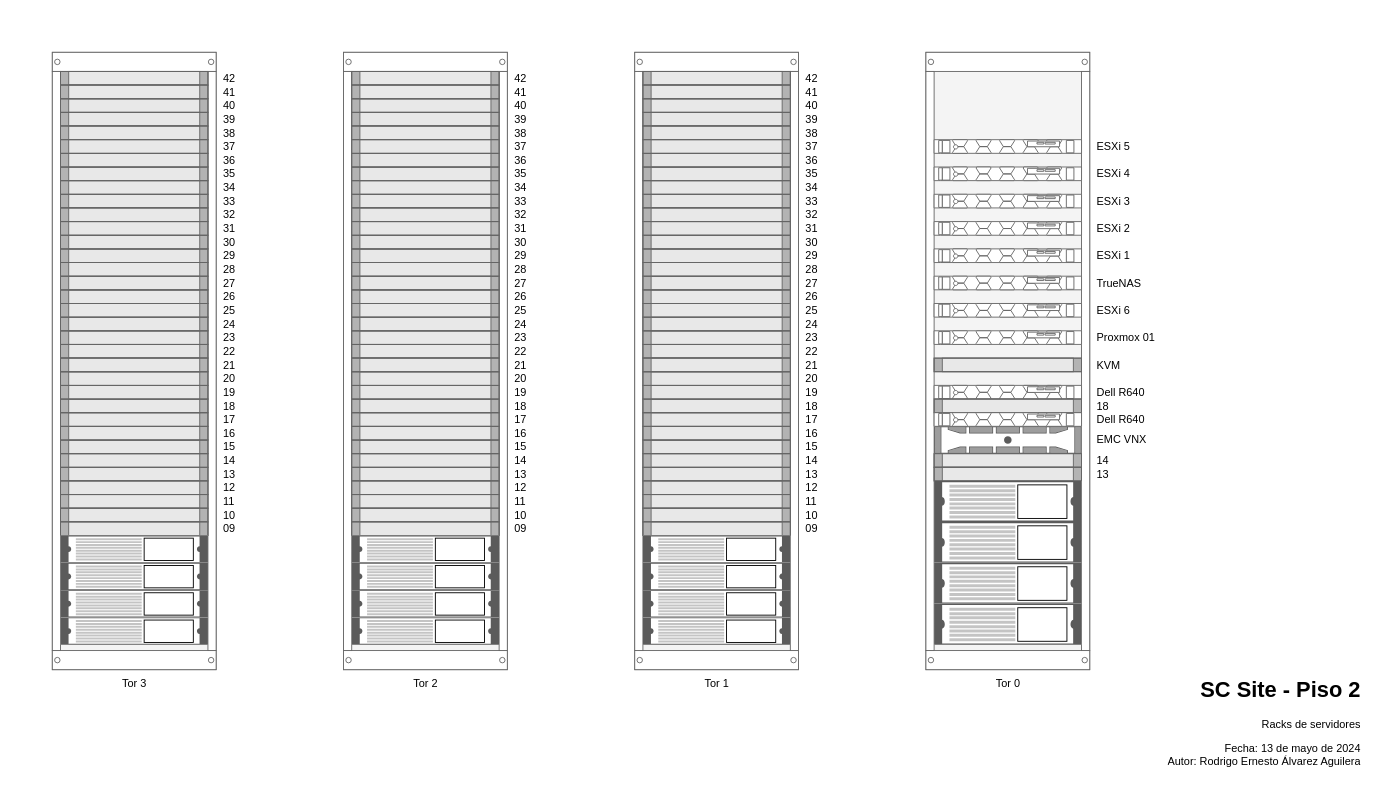
incognia/Cultura keeps this draw.io diagram as page "Servidores" (1 of 3) of siteCultura.drawio. Above is the earlier version. Source tidied: cells renumbered, new cells numbered last; positions are measured from the earlier drawing's top-left corner, leaving out a move shared by most shapes. Both pictures are drawn from the tidied source at 91%, with x=0, y=0 at pixel (52, 52). Pictures stored in the file or linked from it are replaced by grey dashed boxes.
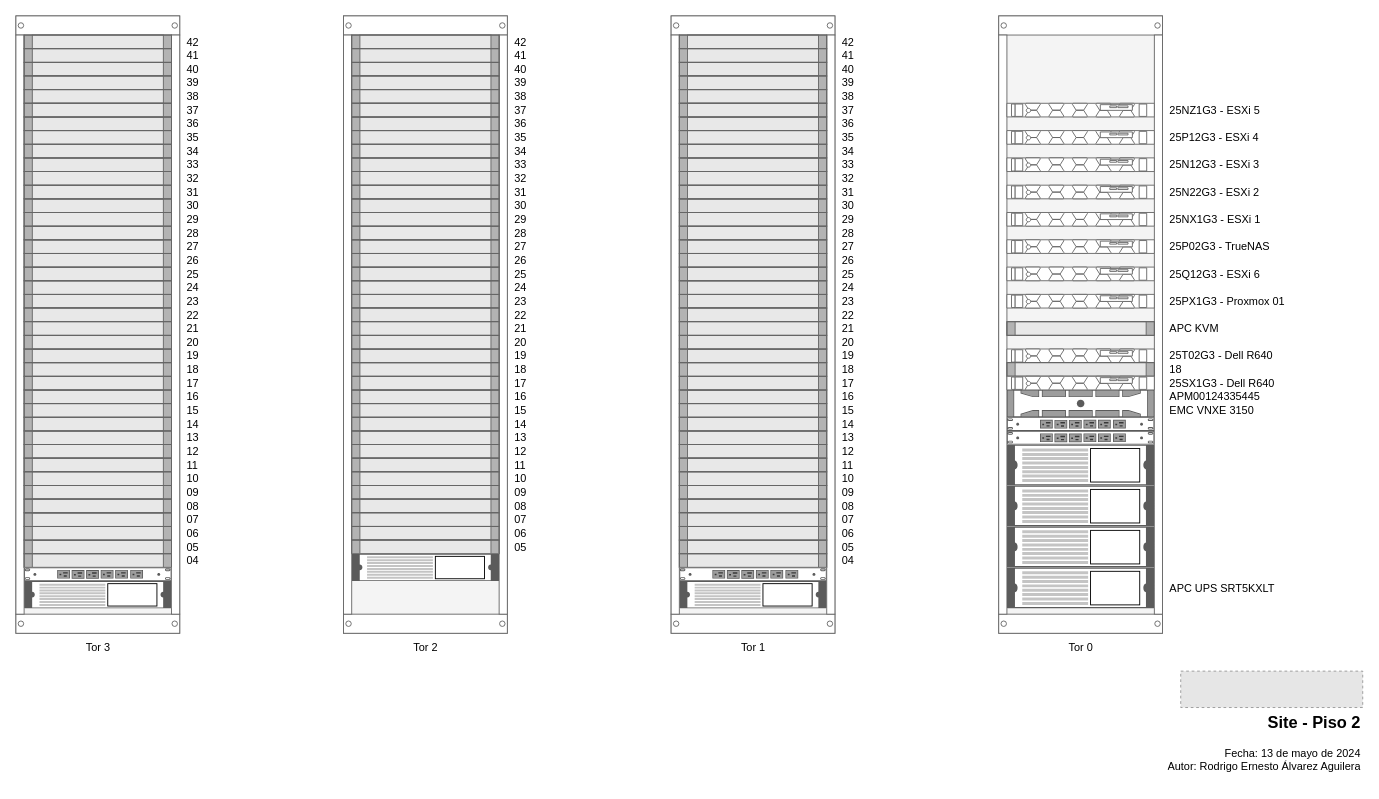
After the change.

What changed in the source:
```diff
@@
     <mxCell id="2" value="Tor 3" style="strokeColor=#666666;html=1;verticalLabelPosition=bottom;labelBackgroundColor=#ffffff;verticalAlign=top;shadow=0;dashed=0;shape=mxgraph.rackGeneral.rackCabinet3;fillColor2=#f4f4f4;allowGaps=1;textColor=#666666;numDisp=off;" parent="1" vertex="1">
-      <mxGeometry width="180" height="680" as="geometry" />
+      <mxGeometry x="-40" y="-40" width="180" height="680" as="geometry" />
     </mxCell>
@@
-    <mxCell id="37" style="shape=mxgraph.rack.apc.apc_smart_ups_1000-3000_va_2u;html=1;labelPosition=right;align=left;spacingLeft=15;dashed=0;shadow=0;fillColor=#ffffff;" parent="2" vertex="1">
-      <mxGeometry x="9" y="531" width="162" height="30" as="geometry" />
-    </mxCell>
-    <mxCell id="38" style="shape=mxgraph.rack.apc.apc_smart_ups_1000-3000_va_2u;html=1;labelPosition=right;align=left;spacingLeft=15;dashed=0;shadow=0;fillColor=#ffffff;" parent="2" vertex="1">
-      <mxGeometry x="9" y="561" width="162" height="30" as="geometry" />
-    </mxCell>
-    <mxCell id="39" style="shape=mxgraph.rack.apc.apc_smart_ups_1000-3000_va_2u;html=1;labelPosition=right;align=left;spacingLeft=15;dashed=0;shadow=0;fillColor=#ffffff;" parent="2" vertex="1">
-      <mxGeometry x="9" y="591" width="162" height="30" as="geometry" />
-    </mxCell>
+    <mxCell id="140" value="05" style="strokeColor=#666666;html=1;labelPosition=right;align=left;spacingLeft=15;shadow=0;dashed=0;shape=mxgraph.rackGeneral.plate;fillColor=#e8e8e8;" parent="2" vertex="1">
+      <mxGeometry x="9" y="576" width="162" height="15" as="geometry" />
+    </mxCell>
+    <mxCell id="141" value="06" style="strokeColor=#666666;html=1;labelPosition=right;align=left;spacingLeft=15;shadow=0;dashed=0;shape=mxgraph.rackGeneral.plate;fillColor=#e8e8e8;" parent="2" vertex="1">
+      <mxGeometry x="9" y="561" width="162" height="15" as="geometry" />
+    </mxCell>
+    <mxCell id="142" value="07" style="strokeColor=#666666;html=1;labelPosition=right;align=left;spacingLeft=15;shadow=0;dashed=0;shape=mxgraph.rackGeneral.plate;fillColor=#e8e8e8;" parent="2" vertex="1">
+      <mxGeometry x="9" y="546" width="162" height="15" as="geometry" />
+    </mxCell>
+    <mxCell id="143" value="08" style="strokeColor=#666666;html=1;labelPosition=right;align=left;spacingLeft=15;shadow=0;dashed=0;shape=mxgraph.rackGeneral.plate;fillColor=#e8e8e8;" parent="2" vertex="1">
+      <mxGeometry x="9" y="531" width="162" height="15" as="geometry" />
+    </mxCell>
+    <mxCell id="144" value="04" style="strokeColor=#666666;html=1;labelPosition=right;align=left;spacingLeft=15;shadow=0;dashed=0;shape=mxgraph.rackGeneral.plate;fillColor=#e8e8e8;" parent="2" vertex="1">
+      <mxGeometry x="9" y="591" width="162" height="15" as="geometry" />
+    </mxCell>
+    <mxCell id="145" style="strokeColor=#666666;html=1;labelPosition=right;align=left;spacingLeft=15;shadow=0;dashed=0;shape=mxgraph.rack.dell.power_strip;" parent="2" vertex="1">
+      <mxGeometry x="9" y="606" width="162" height="15" as="geometry" />
+    </mxCell>
@@
     <mxCell id="41" value="Tor 2" style="strokeColor=#666666;html=1;verticalLabelPosition=bottom;labelBackgroundColor=#ffffff;verticalAlign=top;shadow=0;dashed=0;shape=mxgraph.rackGeneral.rackCabinet3;fillColor2=#f4f4f4;allowGaps=1;textColor=#666666;numDisp=off;" parent="1" vertex="1">
-      <mxGeometry x="320" width="180" height="680" as="geometry" />
+      <mxGeometry x="320" y="-40" width="180" height="680" as="geometry" />
     </mxCell>
@@
-    <mxCell id="76" style="shape=mxgraph.rack.apc.apc_smart_ups_1000-3000_va_2u;html=1;labelPosition=right;align=left;spacingLeft=15;dashed=0;shadow=0;fillColor=#ffffff;" parent="41" vertex="1">
-      <mxGeometry x="9" y="531" width="162" height="30" as="geometry" />
-    </mxCell>
-    <mxCell id="77" style="shape=mxgraph.rack.apc.apc_smart_ups_1000-3000_va_2u;html=1;labelPosition=right;align=left;spacingLeft=15;dashed=0;shadow=0;fillColor=#ffffff;" parent="41" vertex="1">
-      <mxGeometry x="9" y="561" width="162" height="30" as="geometry" />
-    </mxCell>
-    <mxCell id="78" style="shape=mxgraph.rack.apc.apc_smart_ups_1000-3000_va_2u;html=1;labelPosition=right;align=left;spacingLeft=15;dashed=0;shadow=0;fillColor=#ffffff;" parent="41" vertex="1">
-      <mxGeometry x="9" y="591" width="162" height="30" as="geometry" />
-    </mxCell>
-    <mxCell id="79" style="shape=mxgraph.rack.apc.apc_smart_ups_1000-3000_va_2u;html=1;labelPosition=right;align=left;spacingLeft=15;dashed=0;shadow=0;fillColor=#ffffff;" parent="41" vertex="1">
-      <mxGeometry x="9" y="621" width="162" height="30" as="geometry" />
-    </mxCell>
+    <mxCell id="146" value="08" style="strokeColor=#666666;html=1;labelPosition=right;align=left;spacingLeft=15;shadow=0;dashed=0;shape=mxgraph.rackGeneral.plate;fillColor=#e8e8e8;" parent="41" vertex="1">
+      <mxGeometry x="9" y="531" width="162" height="15" as="geometry" />
+    </mxCell>
+    <mxCell id="147" value="07" style="strokeColor=#666666;html=1;labelPosition=right;align=left;spacingLeft=15;shadow=0;dashed=0;shape=mxgraph.rackGeneral.plate;fillColor=#e8e8e8;" parent="41" vertex="1">
+      <mxGeometry x="9" y="546" width="162" height="15" as="geometry" />
+    </mxCell>
+    <mxCell id="148" value="06" style="strokeColor=#666666;html=1;labelPosition=right;align=left;spacingLeft=15;shadow=0;dashed=0;shape=mxgraph.rackGeneral.plate;fillColor=#e8e8e8;" parent="41" vertex="1">
+      <mxGeometry x="9" y="561" width="162" height="15" as="geometry" />
+    </mxCell>
+    <mxCell id="149" value="05" style="strokeColor=#666666;html=1;labelPosition=right;align=left;spacingLeft=15;shadow=0;dashed=0;shape=mxgraph.rackGeneral.plate;fillColor=#e8e8e8;" parent="41" vertex="1">
+      <mxGeometry x="9" y="576" width="162" height="15" as="geometry" />
+    </mxCell>
+    <mxCell id="150" style="shape=mxgraph.rack.apc.apc_smart_ups_1000-3000_va_2u;html=1;labelPosition=right;align=left;spacingLeft=15;dashed=0;shadow=0;fillColor=#ffffff;" parent="41" vertex="1">
+      <mxGeometry x="9" y="591" width="162" height="30" as="geometry" />
+    </mxCell>
     <mxCell id="80" value="Tor 1" style="strokeColor=#666666;html=1;verticalLabelPosition=bottom;labelBackgroundColor=#ffffff;verticalAlign=top;shadow=0;dashed=0;shape=mxgraph.rackGeneral.rackCabinet3;fillColor2=#f4f4f4;allowGaps=1;textColor=#666666;numDisp=off;" parent="1" vertex="1">
-      <mxGeometry x="640" width="180" height="680" as="geometry" />
+      <mxGeometry x="680" y="-40" width="180" height="680" as="geometry" />
     </mxCell>
@@
-    <mxCell id="115" style="shape=mxgraph.rack.apc.apc_smart_ups_1000-3000_va_2u;html=1;labelPosition=right;align=left;spacingLeft=15;dashed=0;shadow=0;fillColor=#ffffff;" parent="80" vertex="1">
-      <mxGeometry x="9" y="531" width="162" height="30" as="geometry" />
-    </mxCell>
-    <mxCell id="116" style="shape=mxgraph.rack.apc.apc_smart_ups_1000-3000_va_2u;html=1;labelPosition=right;align=left;spacingLeft=15;dashed=0;shadow=0;fillColor=#ffffff;" parent="80" vertex="1">
-      <mxGeometry x="9" y="561" width="162" height="30" as="geometry" />
-    </mxCell>
-    <mxCell id="117" style="shape=mxgraph.rack.apc.apc_smart_ups_1000-3000_va_2u;html=1;labelPosition=right;align=left;spacingLeft=15;dashed=0;shadow=0;fillColor=#ffffff;" parent="80" vertex="1">
-      <mxGeometry x="9" y="591" width="162" height="30" as="geometry" />
-    </mxCell>
+    <mxCell id="151" value="08" style="strokeColor=#666666;html=1;labelPosition=right;align=left;spacingLeft=15;shadow=0;dashed=0;shape=mxgraph.rackGeneral.plate;fillColor=#e8e8e8;" parent="80" vertex="1">
+      <mxGeometry x="9" y="531" width="162" height="15" as="geometry" />
+    </mxCell>
+    <mxCell id="152" value="05" style="strokeColor=#666666;html=1;labelPosition=right;align=left;spacingLeft=15;shadow=0;dashed=0;shape=mxgraph.rackGeneral.plate;fillColor=#e8e8e8;" parent="80" vertex="1">
+      <mxGeometry x="9" y="576" width="162" height="15" as="geometry" />
+    </mxCell>
+    <mxCell id="153" value="06" style="strokeColor=#666666;html=1;labelPosition=right;align=left;spacingLeft=15;shadow=0;dashed=0;shape=mxgraph.rackGeneral.plate;fillColor=#e8e8e8;" parent="80" vertex="1">
+      <mxGeometry x="9" y="561" width="162" height="15" as="geometry" />
+    </mxCell>
+    <mxCell id="154" value="07" style="strokeColor=#666666;html=1;labelPosition=right;align=left;spacingLeft=15;shadow=0;dashed=0;shape=mxgraph.rackGeneral.plate;fillColor=#e8e8e8;" parent="80" vertex="1">
+      <mxGeometry x="9" y="546" width="162" height="15" as="geometry" />
+    </mxCell>
+    <mxCell id="155" value="04" style="strokeColor=#666666;html=1;labelPosition=right;align=left;spacingLeft=15;shadow=0;dashed=0;shape=mxgraph.rackGeneral.plate;fillColor=#e8e8e8;" parent="80" vertex="1">
+      <mxGeometry x="9" y="591" width="162" height="15" as="geometry" />
+    </mxCell>
+    <mxCell id="156" style="strokeColor=#666666;html=1;labelPosition=right;align=left;spacingLeft=15;shadow=0;dashed=0;shape=mxgraph.rack.dell.power_strip;" parent="80" vertex="1">
+      <mxGeometry x="9" y="606" width="162" height="15" as="geometry" />
+    </mxCell>
@@
     <mxCell id="119" value="Tor 0" style="strokeColor=#666666;html=1;verticalLabelPosition=bottom;labelBackgroundColor=#ffffff;verticalAlign=top;shadow=0;dashed=0;shape=mxgraph.rackGeneral.rackCabinet3;fillColor2=#f4f4f4;allowGaps=1;textColor=#666666;numDisp=off;" parent="1" vertex="1">
-      <mxGeometry x="960" width="180" height="680" as="geometry" />
+      <mxGeometry x="1040" y="-40" width="180" height="680" as="geometry" />
     </mxCell>
-    <mxCell id="120" value="ESXi 5" style="strokeColor=#666666;html=1;labelPosition=right;align=left;spacingLeft=15;shadow=0;dashed=0;shape=mxgraph.rack.dell.poweredge_r640;" parent="119" vertex="1">
+    <mxCell id="120" value="25NZ1G3 -&amp;nbsp;&lt;span style=&quot;background-color: initial;&quot;&gt;ESXi 5&lt;/span&gt;" style="strokeColor=#666666;html=1;labelPosition=right;align=left;spacingLeft=15;shadow=0;dashed=0;shape=mxgraph.rack.dell.poweredge_r640;" parent="119" vertex="1">
       <mxGeometry x="9" y="96" width="162" height="15" as="geometry" />
     </mxCell>
-    <mxCell id="121" value="ESXi 4" style="strokeColor=#666666;html=1;labelPosition=right;align=left;spacingLeft=15;shadow=0;dashed=0;shape=mxgraph.rack.dell.poweredge_r640;" parent="119" vertex="1">
+    <mxCell id="121" value="25P12G3 - ESXi 4" style="strokeColor=#666666;html=1;labelPosition=right;align=left;spacingLeft=15;shadow=0;dashed=0;shape=mxgraph.rack.dell.poweredge_r640;" parent="119" vertex="1">
       <mxGeometry x="9" y="126" width="162" height="15" as="geometry" />
     </mxCell>
-    <mxCell id="122" value="ESXi 3" style="strokeColor=#666666;html=1;labelPosition=right;align=left;spacingLeft=15;shadow=0;dashed=0;shape=mxgraph.rack.dell.poweredge_r640;" parent="119" vertex="1">
+    <mxCell id="122" value="25N12G3 -&amp;nbsp;&lt;span style=&quot;background-color: initial;&quot;&gt;ESXi 3&lt;/span&gt;" style="strokeColor=#666666;html=1;labelPosition=right;align=left;spacingLeft=15;shadow=0;dashed=0;shape=mxgraph.rack.dell.poweredge_r640;" parent="119" vertex="1">
       <mxGeometry x="9" y="156" width="162" height="15" as="geometry" />
     </mxCell>
-    <mxCell id="123" value="ESXi 2" style="strokeColor=#666666;html=1;labelPosition=right;align=left;spacingLeft=15;shadow=0;dashed=0;shape=mxgraph.rack.dell.poweredge_r640;" parent="119" vertex="1">
+    <mxCell id="123" value="25N22G3 - ESXi 2" style="strokeColor=#666666;html=1;labelPosition=right;align=left;spacingLeft=15;shadow=0;dashed=0;shape=mxgraph.rack.dell.poweredge_r640;" parent="119" vertex="1">
       <mxGeometry x="9" y="186" width="162" height="15" as="geometry" />
     </mxCell>
-    <mxCell id="124" value="ESXi 1" style="strokeColor=#666666;html=1;labelPosition=right;align=left;spacingLeft=15;shadow=0;dashed=0;shape=mxgraph.rack.dell.poweredge_r640;" parent="119" vertex="1">
+    <mxCell id="124" value="25NX1G3 - ESXi 1" style="strokeColor=#666666;html=1;labelPosition=right;align=left;spacingLeft=15;shadow=0;dashed=0;shape=mxgraph.rack.dell.poweredge_r640;" parent="119" vertex="1">
       <mxGeometry x="9" y="216" width="162" height="15" as="geometry" />
     </mxCell>
-    <mxCell id="125" value="TrueNAS" style="strokeColor=#666666;html=1;labelPosition=right;align=left;spacingLeft=15;shadow=0;dashed=0;shape=mxgraph.rack.dell.poweredge_r640;" parent="119" vertex="1">
+    <mxCell id="125" value="25P02G3 - TrueNAS" style="strokeColor=#666666;html=1;labelPosition=right;align=left;spacingLeft=15;shadow=0;dashed=0;shape=mxgraph.rack.dell.poweredge_r640;" parent="119" vertex="1">
       <mxGeometry x="9" y="246" width="162" height="15" as="geometry" />
     </mxCell>
-    <mxCell id="126" value="ESXi 6" style="strokeColor=#666666;html=1;labelPosition=right;align=left;spacingLeft=15;shadow=0;dashed=0;shape=mxgraph.rack.dell.poweredge_r640;" parent="119" vertex="1">
+    <mxCell id="126" value="25Q12G3 - ESXi 6" style="strokeColor=#666666;html=1;labelPosition=right;align=left;spacingLeft=15;shadow=0;dashed=0;shape=mxgraph.rack.dell.poweredge_r640;" parent="119" vertex="1">
       <mxGeometry x="9" y="276" width="162" height="15" as="geometry" />
     </mxCell>
-    <mxCell id="127" value="Proxmox 01" style="strokeColor=#666666;html=1;labelPosition=right;align=left;spacingLeft=15;shadow=0;dashed=0;shape=mxgraph.rack.dell.poweredge_r640;" parent="119" vertex="1">
+    <mxCell id="127" value="25PX1G3 -&amp;nbsp;&lt;span style=&quot;background-color: initial;&quot;&gt;Proxmox 01&lt;/span&gt;" style="strokeColor=#666666;html=1;labelPosition=right;align=left;spacingLeft=15;shadow=0;dashed=0;shape=mxgraph.rack.dell.poweredge_r640;" parent="119" vertex="1">
       <mxGeometry x="9" y="306" width="162" height="15" as="geometry" />
     </mxCell>
-    <mxCell id="128" value="Dell R640" style="strokeColor=#666666;html=1;labelPosition=right;align=left;spacingLeft=15;shadow=0;dashed=0;shape=mxgraph.rack.dell.poweredge_r640;" parent="119" vertex="1">
+    <mxCell id="128" value="25T02G3 - Dell R640" style="strokeColor=#666666;html=1;labelPosition=right;align=left;spacingLeft=15;shadow=0;dashed=0;shape=mxgraph.rack.dell.poweredge_r640;" parent="119" vertex="1">
       <mxGeometry x="9" y="366" width="162" height="15" as="geometry" />
     </mxCell>
@@
-    <mxCell id="130" value="Dell R640" style="strokeColor=#666666;html=1;labelPosition=right;align=left;spacingLeft=15;shadow=0;dashed=0;shape=mxgraph.rack.dell.poweredge_r640;" parent="119" vertex="1">
+    <mxCell id="130" value="25SX1G3 - Dell R640" style="strokeColor=#666666;html=1;labelPosition=right;align=left;spacingLeft=15;shadow=0;dashed=0;shape=mxgraph.rack.dell.poweredge_r640;" parent="119" vertex="1">
       <mxGeometry x="9" y="396" width="162" height="15" as="geometry" />
     </mxCell>
-    <mxCell id="131" value="EMC VNX" style="strokeColor=#666666;html=1;labelPosition=right;align=left;spacingLeft=15;shadow=0;dashed=0;shape=mxgraph.rack.dell.dell_poweredge_2u;" parent="119" vertex="1">
+    <mxCell id="131" value="APM00124335445&amp;nbsp;&lt;div&gt;EMC VNXE 3150&lt;/div&gt;" style="strokeColor=#666666;html=1;labelPosition=right;align=left;spacingLeft=15;shadow=0;dashed=0;shape=mxgraph.rack.dell.dell_poweredge_2u;" parent="119" vertex="1">
       <mxGeometry x="9" y="411" width="162" height="30" as="geometry" />
     </mxCell>
-    <mxCell id="132" value="KVM" style="strokeColor=#666666;html=1;labelPosition=right;align=left;spacingLeft=15;shadow=0;dashed=0;shape=mxgraph.rackGeneral.plate;fillColor=#e8e8e8;" parent="119" vertex="1">
+    <mxCell id="132" value="APC KVM" style="strokeColor=#666666;html=1;labelPosition=right;align=left;spacingLeft=15;shadow=0;dashed=0;shape=mxgraph.rackGeneral.plate;fillColor=#e8e8e8;" parent="119" vertex="1">
       <mxGeometry x="9" y="336" width="162" height="15" as="geometry" />
     </mxCell>
-    <mxCell id="133" value="14" style="strokeColor=#666666;html=1;labelPosition=right;align=left;spacingLeft=15;shadow=0;dashed=0;shape=mxgraph.rackGeneral.plate;fillColor=#e8e8e8;" parent="119" vertex="1">
-      <mxGeometry x="9" y="441" width="162" height="15" as="geometry" />
-    </mxCell>
-    <mxCell id="134" value="13" style="strokeColor=#666666;html=1;labelPosition=right;align=left;spacingLeft=15;shadow=0;dashed=0;shape=mxgraph.rackGeneral.plate;fillColor=#e8e8e8;" parent="119" vertex="1">
-      <mxGeometry x="9" y="456" width="162" height="15" as="geometry" />
-    </mxCell>
+    <mxCell id="157" style="strokeColor=#666666;html=1;labelPosition=right;align=left;spacingLeft=15;shadow=0;dashed=0;shape=mxgraph.rack.dell.power_strip;" parent="119" vertex="1">
+      <mxGeometry x="9" y="441" width="162" height="15" as="geometry" />
+    </mxCell>
+    <mxCell id="158" style="strokeColor=#666666;html=1;labelPosition=right;align=left;spacingLeft=15;shadow=0;dashed=0;shape=mxgraph.rack.dell.power_strip;" parent="119" vertex="1">
+      <mxGeometry x="9" y="456" width="162" height="15" as="geometry" />
+    </mxCell>
@@
-    <mxCell id="138" style="shape=mxgraph.rack.apc.apc_smart_ups_1000-3000_va_2u;html=1;labelPosition=right;align=left;spacingLeft=15;dashed=0;shadow=0;fillColor=#ffffff;" parent="119" vertex="1">
+    <mxCell id="138" value="&lt;div&gt;APC UPS&amp;nbsp;&lt;span style=&quot;background-color: initial;&quot;&gt;SRT5KXLT&lt;/span&gt;&lt;/div&gt;" style="shape=mxgraph.rack.apc.apc_smart_ups_1000-3000_va_2u;html=1;labelPosition=right;align=left;spacingLeft=15;dashed=0;shadow=0;fillColor=#ffffff;" parent="119" vertex="1">
       <mxGeometry x="9" y="606" width="162" height="45" as="geometry" />
     </mxCell>
-    <mxCell id="139" value="&lt;h1 style=&quot;margin-top: 0px;&quot;&gt;SC Site - Piso 2&lt;/h1&gt;&lt;p&gt;Racks de servidores&lt;/p&gt;&lt;p&gt;Fecha: 13 de mayo de 2024&lt;br&gt;&lt;span style=&quot;background-color: initial;&quot;&gt;Autor: Rodrigo Ernesto Álvarez Aguilera&lt;/span&gt;&lt;/p&gt;" style="text;html=1;whiteSpace=wrap;overflow=hidden;rounded=0;fillColor=none;align=right;" parent="1" vertex="1">
-      <mxGeometry x="1200" y="680" width="240" height="120" as="geometry" />
+    <mxCell id="139" value="&lt;h2 style=&quot;margin-top: 0px;&quot;&gt;Site - Piso 2&lt;/h2&gt;&lt;p&gt;&lt;span style=&quot;background-color: initial;&quot;&gt;Fecha: 13 de mayo de 2024&lt;br&gt;&lt;/span&gt;&lt;span style=&quot;background-color: initial;&quot;&gt;Autor: Rodrigo Ernesto Álvarez Aguilera&lt;/span&gt;&lt;/p&gt;" style="text;html=1;whiteSpace=wrap;overflow=hidden;rounded=0;fillColor=none;align=right;" parent="1" vertex="1">
+      <mxGeometry x="1200" y="720" width="240" height="80" as="geometry" />
     </mxCell>
+    <mxCell id="159" style="fillColor=#E6E6E6;strokeColor=#999999;dashed=1;verticalLabelPosition=bottom;labelBackgroundColor=default;verticalAlign=top;rotation=0;" parent="1" vertex="1">
+      <mxGeometry x="1240" y="680" width="200" height="40" as="geometry" />
+    </mxCell>
```
